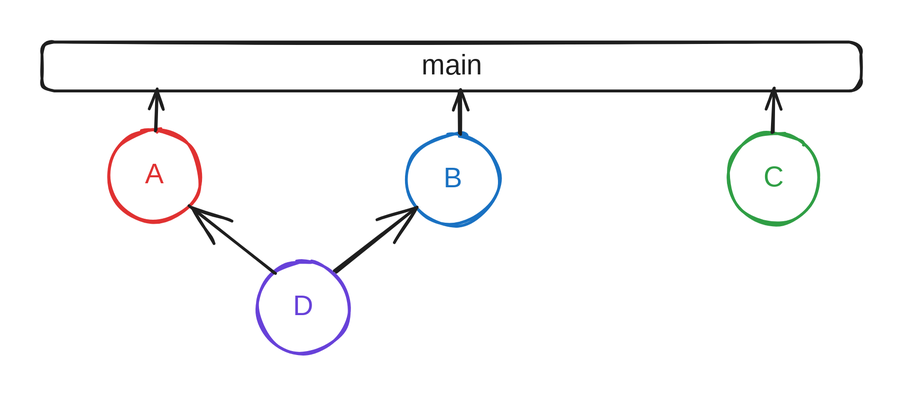
This is .gitbook/assets/file.excalidraw.svg from trunk-io/docs, a Excalidraw export, as it was before one commit. Source tidied: one line per element, renumbered; positions are measured from the earlier drawing's top-left corner, leaving out a move shared by most shapes.
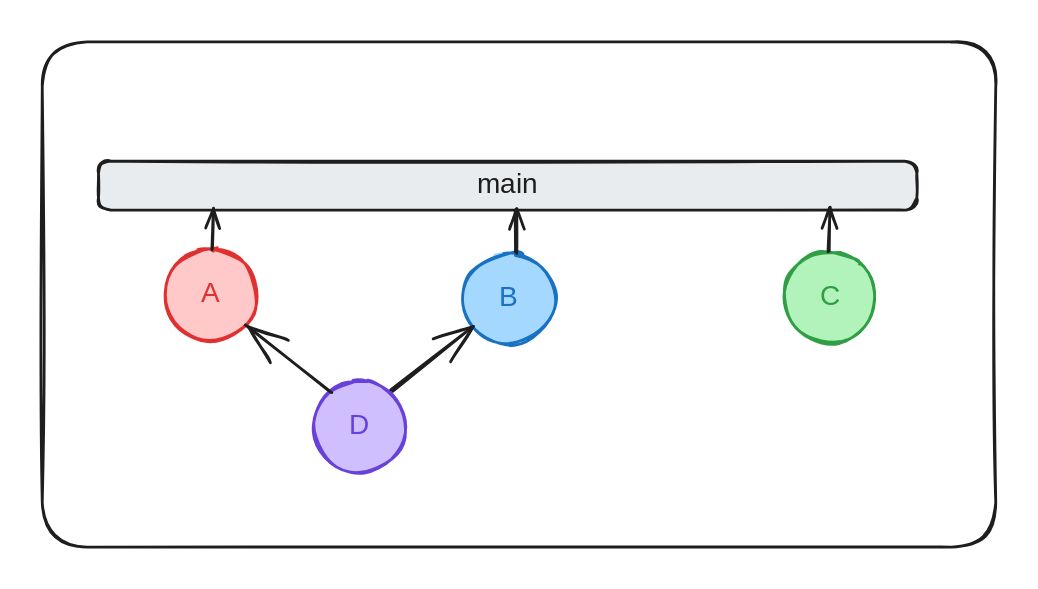
The same diagram one commit later.

Commit message:
GITBOOK-472: update queue graphic

Diff of the diagram source:
```diff
@@ -1,12 +1,13 @@
+{"id": 15, "type": "rectangle", "strokeColor": "#1e1e1e", "strokeWidth": 2, "roughness": 1, "round": true, "x": -40, "y": -85, "width": 681, "height": 361}
-{"id": 0, "type": "rectangle", "strokeColor": "#1e1e1e", "strokeWidth": 2, "roughness": 1, "round": true, "x": 0, "y": 0, "width": 585, "height": 35}
+{"id": 0, "type": "rectangle", "strokeColor": "#1e1e1e", "backgroundColor": "#e9ecef", "fillStyle": "solid", "strokeWidth": 2, "roughness": 1, "round": true, "x": 0, "y": 0, "width": 585, "height": 35}
 {"id": 1, "type": "text", "text": "main", "strokeColor": "#1e1e1e", "strokeWidth": 2, "roughness": 1, "fontSize": 20, "fontFamily": 1, "textAlign": "center", "verticalAlign": "middle", "inside": 0, "x": 273, "y": 5, "width": 40, "height": 25}
-{"id": 2, "type": "ellipse", "strokeColor": "#e03131", "strokeWidth": 2, "roughness": 1, "round": true, "x": 47, "y": 63, "width": 65, "height": 65}
+{"id": 2, "type": "ellipse", "strokeColor": "#e03131", "backgroundColor": "#ffc9c9", "fillStyle": "solid", "strokeWidth": 2, "roughness": 1, "round": true, "x": 47, "y": 63, "width": 65, "height": 65}
 {"id": 3, "type": "text", "text": "A", "strokeColor": "#e03131", "strokeWidth": 2, "roughness": 1, "fontSize": 20, "fontFamily": 1, "textAlign": "center", "verticalAlign": "middle", "inside": 2, "x": 73, "y": 83, "width": 13, "height": 25}
-{"id": 4, "type": "ellipse", "strokeColor": "#1971c2", "strokeWidth": 2, "roughness": 1, "round": true, "x": 261, "y": 66, "width": 65, "height": 65}
+{"id": 4, "type": "ellipse", "strokeColor": "#1971c2", "backgroundColor": "#a5d8ff", "fillStyle": "solid", "strokeWidth": 2, "roughness": 1, "round": true, "x": 261, "y": 66, "width": 65, "height": 65}
 {"id": 5, "type": "text", "text": "B", "strokeColor": "#1971c2", "strokeWidth": 2, "roughness": 1, "fontSize": 20, "fontFamily": 1, "textAlign": "center", "verticalAlign": "middle", "inside": 4, "x": 286, "y": 86, "width": 15, "height": 25}
-{"id": 6, "type": "ellipse", "strokeColor": "#2f9e44", "strokeWidth": 2, "roughness": 1, "round": true, "x": 490, "y": 65, "width": 65, "height": 65}
+{"id": 6, "type": "ellipse", "strokeColor": "#2f9e44", "backgroundColor": "#b2f2bb", "fillStyle": "solid", "strokeWidth": 2, "roughness": 1, "round": true, "x": 490, "y": 65, "width": 65, "height": 65}
 {"id": 7, "type": "text", "text": "C", "strokeColor": "#2f9e44", "strokeWidth": 2, "roughness": 1, "fontSize": 20, "fontFamily": 1, "textAlign": "center", "verticalAlign": "middle", "inside": 6, "x": 516, "y": 85, "width": 13, "height": 25}
-{"id": 8, "type": "ellipse", "strokeColor": "#6741d9", "strokeWidth": 2, "roughness": 1, "round": true, "x": 154, "y": 157, "width": 65, "height": 65}
+{"id": 8, "type": "ellipse", "strokeColor": "#6741d9", "backgroundColor": "#d0bfff", "fillStyle": "solid", "strokeWidth": 2, "roughness": 1, "round": true, "x": 154, "y": 157, "width": 65, "height": 65}
 {"id": 9, "type": "text", "text": "D", "strokeColor": "#6741d9", "strokeWidth": 2, "roughness": 1, "fontSize": 20, "fontFamily": 1, "textAlign": "center", "verticalAlign": "middle", "inside": 8, "x": 179, "y": 177, "width": 16, "height": 25}
 {"id": 10, "type": "arrow", "strokeColor": "#1e1e1e", "strokeWidth": 2, "roughness": 1, "endArrowhead": "arrow", "round": true, "to": 2, "x": 166, "y": 164, "width": 60, "height": 47, "points": [[0, 0], [-60, -47]]}
 {"id": 11, "type": "arrow", "strokeColor": "#1e1e1e", "strokeWidth": 2, "roughness": 1, "endArrowhead": "arrow", "round": true, "from": 8, "to": 4, "x": 210, "y": 165, "width": 56, "height": 45, "points": [[0, 0], [56, -45]]}
```
